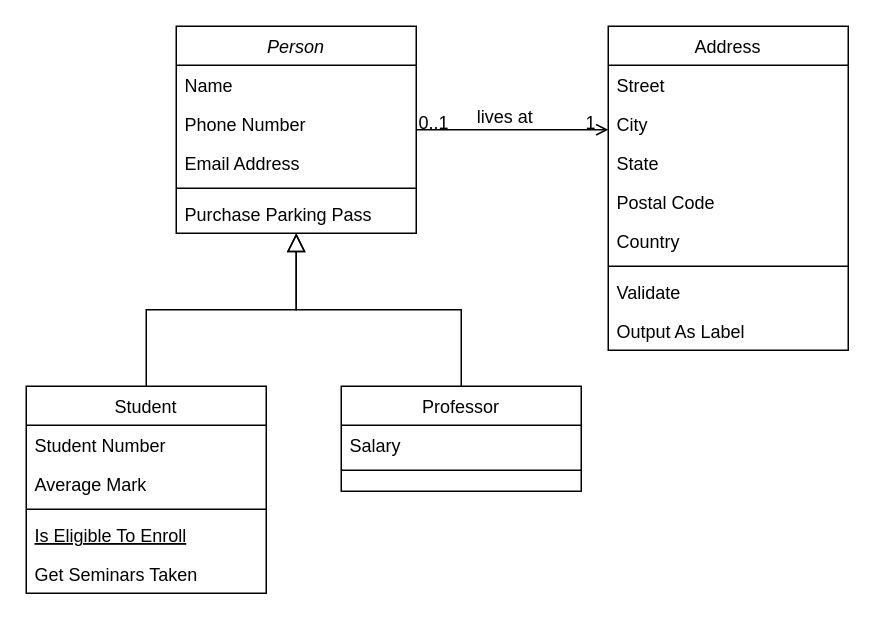
Cesca19/RogueLikeGame keeps this draw.io diagram as Diagramme sans nom.drawio. Above is the earlier version. Source tidied: cells renumbered, new cells numbered last; positions are measured from the earlier drawing's top-left corner, leaving out a move shared by most shapes. Both pictures are drawn from the tidied source at 150%, with x=0, y=0 at pixel (26, 26).
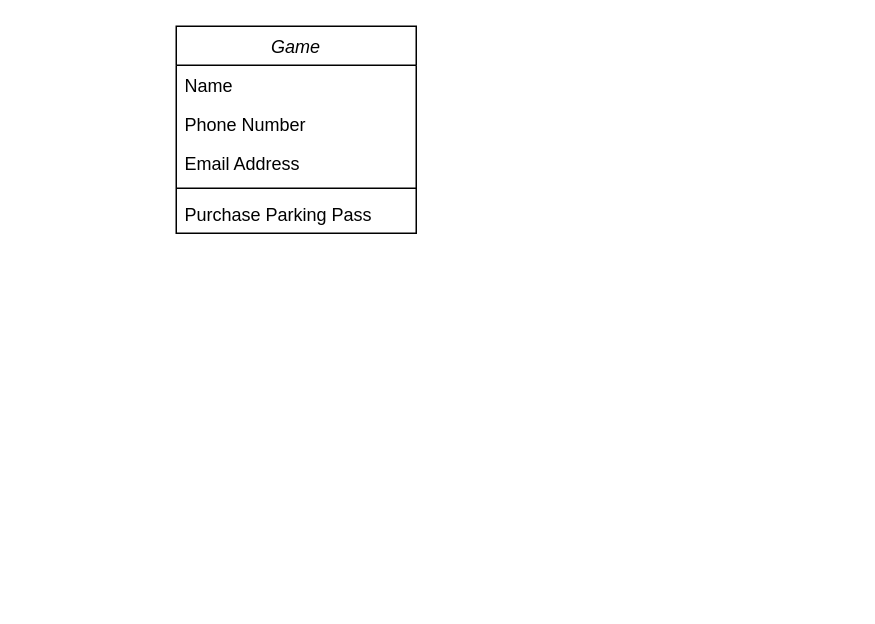
Above is the later version.

Commit message:
Mettre à jour Diagramme sans nom.drawio

Change to the diagram source:
```diff
@@
-    <mxCell id="2" value="Person" style="swimlane;fontStyle=2;align=center;verticalAlign=top;horizontal=1;startSize=26;rounded=0;shadow=0;strokeWidth=1;" parent="1" vertex="1">
+    <mxCell id="2" value="Game" style="swimlane;fontStyle=2;align=center;verticalAlign=top;horizontal=1;startSize=26;rounded=0;shadow=0;strokeWidth=1;" parent="1" vertex="1">
       <mxGeometry x="100" width="160" height="138" as="geometry" />
     </mxCell>
@@
-    <mxCell id="8" value="Student" style="swimlane;fontStyle=0;align=center;verticalAlign=top;horizontal=1;startSize=26;rounded=0;shadow=0;strokeWidth=1;" parent="1" vertex="1">
-      <mxGeometry y="240" width="160" height="138" as="geometry" />
-    </mxCell>
-    <mxCell id="9" value="Student Number" style="text;align=left;verticalAlign=top;spacingLeft=4;spacingRight=4;overflow=hidden;" parent="8" vertex="1">
-      <mxGeometry y="26" width="160" height="26" as="geometry" />
-    </mxCell>
-    <mxCell id="10" value="Average Mark" style="text;align=left;verticalAlign=top;spacingLeft=4;spacingRight=4;overflow=hidden;rounded=0;shadow=0;html=0;" parent="8" vertex="1">
-      <mxGeometry y="52" width="160" height="26" as="geometry" />
-    </mxCell>
-    <mxCell id="11" style="line;html=1;strokeWidth=1;align=left;verticalAlign=middle;spacingTop=-1;spacingLeft=3;spacingRight=3;labelPosition=right;" parent="8" vertex="1">
-      <mxGeometry y="78" width="160" height="8" as="geometry" />
-    </mxCell>
-    <mxCell id="12" value="Is Eligible To Enroll" style="text;align=left;verticalAlign=top;spacingLeft=4;spacingRight=4;overflow=hidden;fontStyle=4;" parent="8" vertex="1">
-      <mxGeometry y="86" width="160" height="26" as="geometry" />
-    </mxCell>
-    <mxCell id="13" value="Get Seminars Taken" style="text;align=left;verticalAlign=top;spacingLeft=4;spacingRight=4;overflow=hidden;" parent="8" vertex="1">
-      <mxGeometry y="112" width="160" height="26" as="geometry" />
-    </mxCell>
-    <mxCell id="14" style="endArrow=block;endSize=10;endFill=0;shadow=0;strokeWidth=1;rounded=0;curved=0;edgeStyle=elbowEdgeStyle;elbow=vertical;" parent="1" edge="1" source="8" target="2">
-      <mxGeometry relative="1" as="geometry" />
-    </mxCell>
-    <mxCell id="15" value="Professor" style="swimlane;fontStyle=0;align=center;verticalAlign=top;horizontal=1;startSize=26;rounded=0;shadow=0;strokeWidth=1;" parent="1" vertex="1">
-      <mxGeometry x="210" y="240" width="160" height="70" as="geometry" />
-    </mxCell>
-    <mxCell id="16" value="Salary" style="text;align=left;verticalAlign=top;spacingLeft=4;spacingRight=4;overflow=hidden;" parent="15" vertex="1">
-      <mxGeometry y="26" width="160" height="26" as="geometry" />
-    </mxCell>
-    <mxCell id="17" style="line;html=1;strokeWidth=1;align=left;verticalAlign=middle;spacingTop=-1;spacingLeft=3;spacingRight=3;labelPosition=right;" parent="15" vertex="1">
-      <mxGeometry y="52" width="160" height="8" as="geometry" />
-    </mxCell>
-    <mxCell id="18" style="endArrow=block;endSize=10;endFill=0;shadow=0;strokeWidth=1;rounded=0;curved=0;edgeStyle=elbowEdgeStyle;elbow=vertical;" parent="1" edge="1" source="15" target="2">
-      <mxGeometry relative="1" as="geometry" />
-    </mxCell>
-    <mxCell id="19" value="Address" style="swimlane;fontStyle=0;align=center;verticalAlign=top;horizontal=1;startSize=26;rounded=0;shadow=0;strokeWidth=1;" parent="1" vertex="1">
-      <mxGeometry x="388" width="160" height="216" as="geometry" />
-    </mxCell>
-    <mxCell id="20" value="Street" style="text;align=left;verticalAlign=top;spacingLeft=4;spacingRight=4;overflow=hidden;" parent="19" vertex="1">
-      <mxGeometry y="26" width="160" height="26" as="geometry" />
-    </mxCell>
-    <mxCell id="21" value="City" style="text;align=left;verticalAlign=top;spacingLeft=4;spacingRight=4;overflow=hidden;rounded=0;shadow=0;html=0;" parent="19" vertex="1">
-      <mxGeometry y="52" width="160" height="26" as="geometry" />
-    </mxCell>
-    <mxCell id="22" value="State" style="text;align=left;verticalAlign=top;spacingLeft=4;spacingRight=4;overflow=hidden;rounded=0;shadow=0;html=0;" parent="19" vertex="1">
-      <mxGeometry y="78" width="160" height="26" as="geometry" />
-    </mxCell>
-    <mxCell id="23" value="Postal Code" style="text;align=left;verticalAlign=top;spacingLeft=4;spacingRight=4;overflow=hidden;rounded=0;shadow=0;html=0;" parent="19" vertex="1">
-      <mxGeometry y="104" width="160" height="26" as="geometry" />
-    </mxCell>
-    <mxCell id="24" value="Country" style="text;align=left;verticalAlign=top;spacingLeft=4;spacingRight=4;overflow=hidden;rounded=0;shadow=0;html=0;" parent="19" vertex="1">
-      <mxGeometry y="130" width="160" height="26" as="geometry" />
-    </mxCell>
-    <mxCell id="25" style="line;html=1;strokeWidth=1;align=left;verticalAlign=middle;spacingTop=-1;spacingLeft=3;spacingRight=3;labelPosition=right;" parent="19" vertex="1">
-      <mxGeometry y="156" width="160" height="8" as="geometry" />
-    </mxCell>
-    <mxCell id="26" value="Validate" style="text;align=left;verticalAlign=top;spacingLeft=4;spacingRight=4;overflow=hidden;" parent="19" vertex="1">
-      <mxGeometry y="164" width="160" height="26" as="geometry" />
-    </mxCell>
-    <mxCell id="27" value="Output As Label" style="text;align=left;verticalAlign=top;spacingLeft=4;spacingRight=4;overflow=hidden;" parent="19" vertex="1">
-      <mxGeometry y="190" width="160" height="26" as="geometry" />
-    </mxCell>
-    <mxCell id="28" style="endArrow=open;shadow=0;strokeWidth=1;rounded=0;curved=0;endFill=1;edgeStyle=elbowEdgeStyle;elbow=vertical;" parent="1" edge="1" source="2" target="19">
-      <mxGeometry x="0.5" y="41" relative="1" as="geometry">
-        <mxPoint x="-40" y="32" as="offset" />
-      </mxGeometry>
-    </mxCell>
-    <mxCell id="29" value="0..1" style="align=left;verticalAlign=bottom;labelBackgroundColor=none;fontSize=12;" parent="28" vertex="1">
-      <mxGeometry x="-1" relative="1" as="geometry">
-        <mxPoint y="4" as="offset" />
-      </mxGeometry>
-    </mxCell>
-    <mxCell id="30" value="1" style="align=right;verticalAlign=bottom;labelBackgroundColor=none;fontSize=12;" parent="28" vertex="1">
-      <mxGeometry x="1" relative="1" as="geometry">
-        <mxPoint x="-7" y="4" as="offset" />
-      </mxGeometry>
-    </mxCell>
-    <mxCell id="31" value="lives at" style="text;html=1;align=center;verticalAlign=middle;labelBackgroundColor=none;rounded=0;shadow=0;strokeWidth=1;fontSize=12;" parent="28" vertex="1">
-      <mxGeometry x="0.5" y="49" relative="1" as="geometry">
-        <mxPoint x="-38" y="40" as="offset" />
-      </mxGeometry>
-    </mxCell>
```
